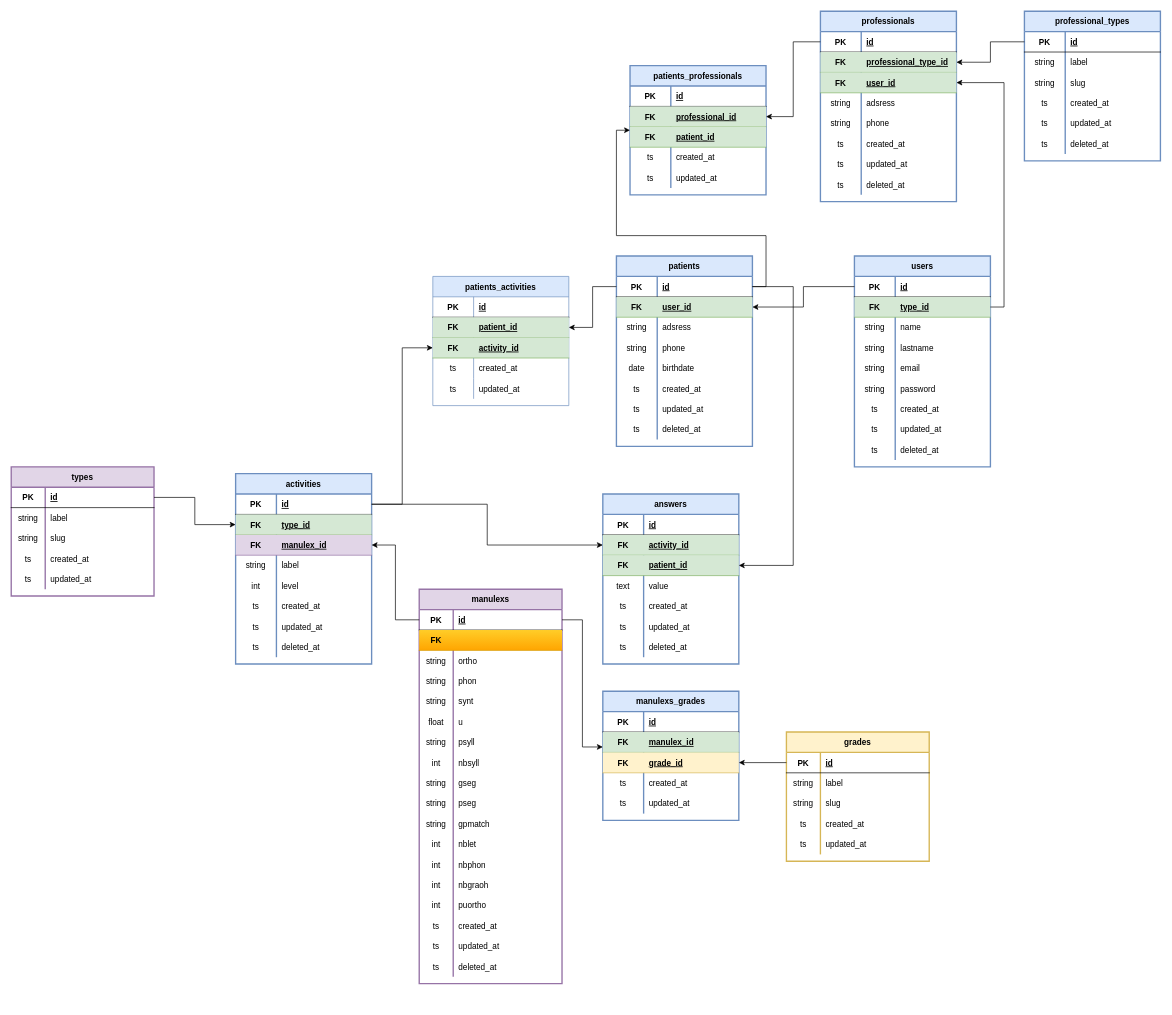
Above: mcd/manulex.drawio in dofla077/horizon (draw.io), before the change. Source tidied: cells renumbered, new cells numbered last; positions are measured from the earlier drawing's top-left corner, leaving out a move shared by most shapes. Both pictures are drawn from the tidied source at 68%, with x=0, y=0 at pixel (11, 11).
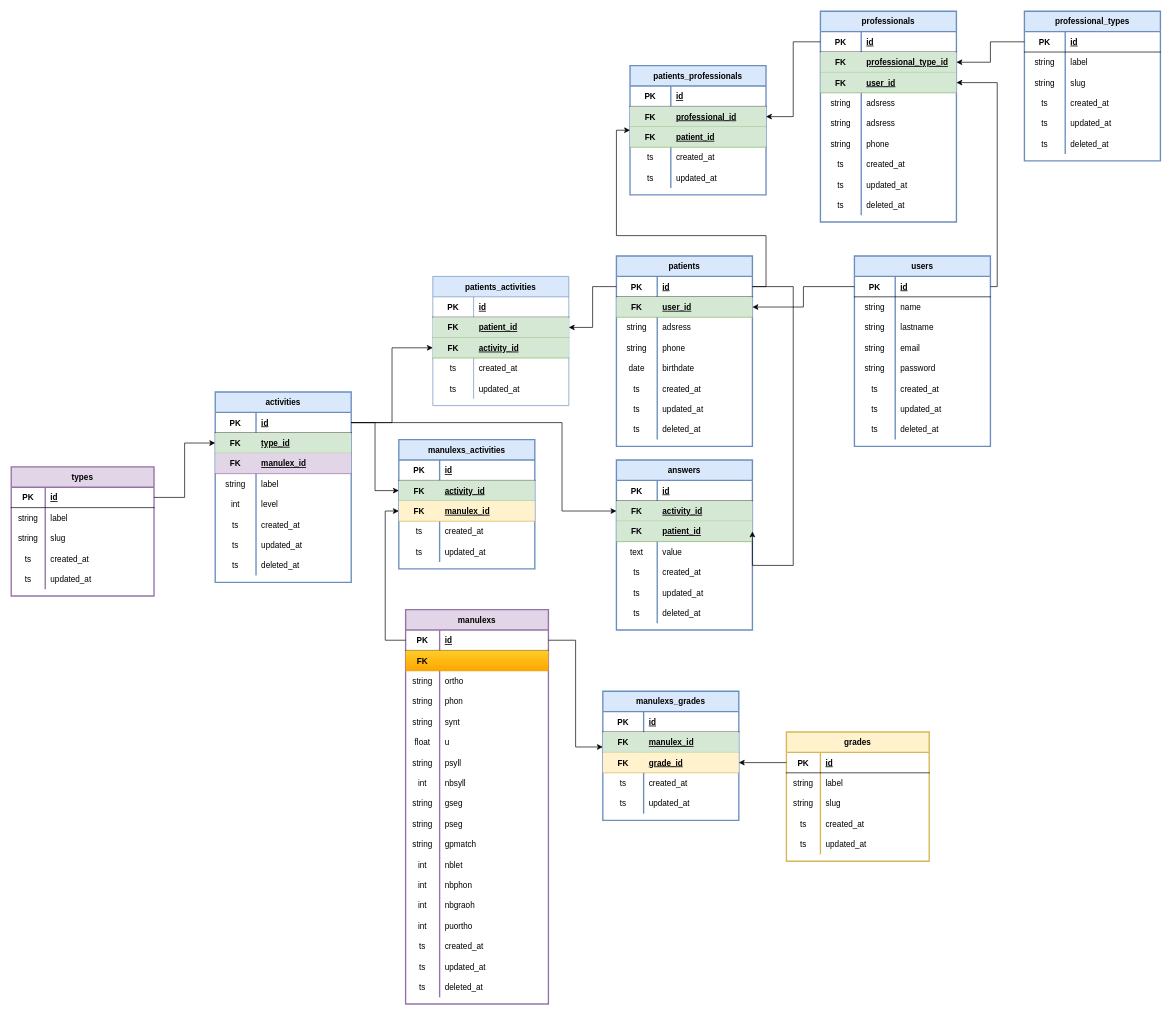
Above is the later version.

Unchanged cells that the change refers to:
```xml
<mxCell id="3" style="shape=partialRectangle;fillColor=none;top=0;left=0;bottom=1;right=0;points=[[0,0.5],[1,0.5]];portConstraint=eastwest;" parent="2" vertex="1">
  <mxGeometry y="30" width="200" height="30" as="geometry" />
</mxCell>
<mxCell id="31" style="shape=partialRectangle;fillColor=none;top=0;left=0;bottom=1;right=0;points=[[0,0.5],[1,0.5]];portConstraint=eastwest;" parent="30" vertex="1">
  <mxGeometry y="30" width="210" height="30" as="geometry" />
</mxCell>
<mxCell id="111" style="shape=partialRectangle;fillColor=none;top=0;left=0;bottom=1;right=0;points=[[0,0.5],[1,0.5]];portConstraint=eastwest;" parent="110" vertex="1">
  <mxGeometry y="30" width="200" height="30" as="geometry" />
</mxCell>
<mxCell id="117" style="shape=partialRectangle;fillColor=#e1d5e7;top=0;left=0;bottom=1;right=0;points=[[0,0.5],[1,0.5]];portConstraint=eastwest;strokeColor=#9673a6;" parent="110" vertex="1">
  <mxGeometry y="90" width="200" height="30" as="geometry" />
</mxCell>
<mxCell id="175" style="shape=partialRectangle;fillColor=#d5e8d4;top=0;left=0;bottom=1;right=0;points=[[0,0.5],[1,0.5]];portConstraint=eastwest;strokeColor=#82b366;" parent="171" vertex="1">
  <mxGeometry y="60" width="200" height="30" as="geometry" />
</mxCell>
<mxCell id="237" style="shape=partialRectangle;fillColor=#d5e8d4;top=0;left=0;bottom=1;right=0;points=[[0,0.5],[1,0.5]];portConstraint=eastwest;strokeColor=#82b366;" parent="230" vertex="1">
  <mxGeometry y="90" width="200" height="30" as="geometry" />
</mxCell>
```

Change to the diagram source:
```diff
@@
     <mxCell id="2" value="users" style="shape=table;startSize=30;childLayout=tableLayout;rowLines=0;fontStyle=1;align=center;fillColor=#dae8fc;strokeColor=#6c8ebf;swimlaneFillColor=none;strokeWidth=2;fontColor=default;" parent="1" vertex="1">
-      <mxGeometry x="1240" y="360" width="200" height="310" as="geometry" />
+      <mxGeometry x="1240" y="360" width="200" height="280" as="geometry" />
     </mxCell>
@@
-    <mxCell id="6" style="shape=partialRectangle;fillColor=#d5e8d4;top=0;left=0;bottom=1;right=0;points=[[0,0.5],[1,0.5]];portConstraint=eastwest;strokeColor=#82b366;" parent="2" vertex="1">
-      <mxGeometry y="60" width="200" height="30" as="geometry" />
-    </mxCell>
-    <mxCell id="7" value="FK" style="shape=partialRectangle;fillColor=none;top=0;left=0;bottom=0;right=0;fontStyle=1;overflow=hidden;" parent="6" vertex="1">
-      <mxGeometry width="60" height="30" as="geometry" />
-    </mxCell>
-    <mxCell id="8" value="type_id" style="shape=partialRectangle;fillColor=none;top=0;left=0;bottom=0;right=0;align=left;spacingLeft=6;fontStyle=5;overflow=hidden;fontColor=default;" parent="6" vertex="1">
-      <mxGeometry x="60" width="140" height="30" as="geometry" />
-    </mxCell>
     <mxCell id="9" style="shape=partialRectangle;fillColor=none;top=0;left=0;bottom=0;right=0;" parent="2" vertex="1">
-      <mxGeometry y="90" width="200" height="30" as="geometry" />
+      <mxGeometry y="60" width="200" height="30" as="geometry" />
     </mxCell>
@@
     <mxCell id="12" style="shape=partialRectangle;fillColor=none;top=0;left=0;bottom=0;right=0;" parent="2" vertex="1">
-      <mxGeometry y="120" width="200" height="30" as="geometry" />
+      <mxGeometry y="90" width="200" height="30" as="geometry" />
     </mxCell>
@@
     <mxCell id="15" style="shape=partialRectangle;fillColor=none;top=0;left=0;bottom=0;right=0;" parent="2" vertex="1">
-      <mxGeometry y="150" width="200" height="30" as="geometry" />
+      <mxGeometry y="120" width="200" height="30" as="geometry" />
     </mxCell>
@@
     <mxCell id="18" style="shape=partialRectangle;fillColor=none;top=0;left=0;bottom=0;right=0;" parent="2" vertex="1">
-      <mxGeometry y="180" width="200" height="30" as="geometry" />
+      <mxGeometry y="150" width="200" height="30" as="geometry" />
     </mxCell>
@@
     <mxCell id="21" style="shape=partialRectangle;fillColor=none;top=0;left=0;bottom=0;right=0;" parent="2" vertex="1">
-      <mxGeometry y="210" width="200" height="30" as="geometry" />
+      <mxGeometry y="180" width="200" height="30" as="geometry" />
     </mxCell>
@@
     <mxCell id="24" style="shape=partialRectangle;fillColor=none;top=0;left=0;bottom=0;right=0;" parent="2" vertex="1">
-      <mxGeometry y="240" width="200" height="30" as="geometry" />
+      <mxGeometry y="210" width="200" height="30" as="geometry" />
     </mxCell>
@@
     <mxCell id="27" style="shape=partialRectangle;fillColor=none;top=0;left=0;bottom=0;right=0;" parent="2" vertex="1">
-      <mxGeometry y="270" width="200" height="30" as="geometry" />
+      <mxGeometry y="240" width="200" height="30" as="geometry" />
     </mxCell>
@@
     <mxCell id="30" value="manulexs" style="shape=table;startSize=30;childLayout=tableLayout;rowLines=0;fontStyle=1;align=center;rounded=0;shadow=0;sketch=0;fillColor=#e1d5e7;strokeColor=#9673a6;fontColor=default;strokeWidth=2;" parent="1" vertex="1">
-      <mxGeometry x="600" y="850" width="210" height="580" as="geometry" />
+      <mxGeometry x="580" y="880" width="210" height="580" as="geometry" />
     </mxCell>
@@
     <mxCell id="110" value="activities" style="shape=table;startSize=30;childLayout=tableLayout;rowLines=0;fontStyle=1;align=center;fillColor=#dae8fc;strokeColor=#6c8ebf;swimlaneFillColor=none;strokeWidth=2;fontColor=default;" parent="1" vertex="1">
-      <mxGeometry x="330" y="680" width="200" height="280" as="geometry" />
+      <mxGeometry x="300" y="560" width="200" height="280" as="geometry" />
     </mxCell>
@@
     <mxCell id="171" value="answers" style="shape=table;startSize=30;childLayout=tableLayout;rowLines=0;fontStyle=1;align=center;fillColor=#dae8fc;strokeColor=#6c8ebf;swimlaneFillColor=none;strokeWidth=2;fontColor=default;" parent="1" vertex="1">
-      <mxGeometry x="870" y="710" width="200" height="250" as="geometry" />
+      <mxGeometry x="890" y="660" width="200" height="250" as="geometry" />
     </mxCell>
@@
     <mxCell id="193" style="edgeStyle=orthogonalEdgeStyle;rounded=0;jettySize=auto;html=1;" parent="1" edge="1" source="111" target="175">
-      <mxGeometry relative="1" as="geometry" />
+      <mxGeometry relative="1" as="geometry">
+        <Array as="points">
+          <mxPoint x="810" y="605" />
+          <mxPoint x="810" y="735" />
+        </Array>
+      </mxGeometry>
     </mxCell>
@@
-    <mxCell id="195" style="edgeStyle=orthogonalEdgeStyle;rounded=0;jettySize=auto;html=1;entryX=1;entryY=0.5;entryDx=0;entryDy=0;" parent="1" edge="1" source="31" target="117">
-      <mxGeometry relative="1" as="geometry" />
-    </mxCell>
@@
     <mxCell id="230" value="professionals" style="shape=table;startSize=30;childLayout=tableLayout;rowLines=0;fontStyle=1;align=center;fillColor=#dae8fc;strokeColor=#6c8ebf;swimlaneFillColor=none;strokeWidth=2;fontColor=default;" parent="1" vertex="1">
-      <mxGeometry x="1190" width="200" height="280" as="geometry" />
+      <mxGeometry x="1190" width="200" height="310" as="geometry" />
     </mxCell>
@@
+    <mxCell id="294" style="shape=partialRectangle;fillColor=none;top=0;left=0;bottom=0;right=0;" parent="230" vertex="1">
+      <mxGeometry y="150" width="200" height="30" as="geometry" />
+    </mxCell>
+    <mxCell id="295" value="string" style="shape=partialRectangle;fillColor=none;top=0;left=0;bottom=0;right=0;overflow=hidden;" parent="294" vertex="1">
+      <mxGeometry width="60" height="30" as="geometry" />
+    </mxCell>
+    <mxCell id="296" value="adsress" style="shape=partialRectangle;fillColor=none;top=0;left=0;bottom=0;right=0;align=left;spacingLeft=6;overflow=hidden;" parent="294" vertex="1">
+      <mxGeometry x="60" width="140" height="30" as="geometry" />
+    </mxCell>
     <mxCell id="243" style="shape=partialRectangle;fillColor=none;top=0;left=0;bottom=0;right=0;" parent="230" vertex="1">
-      <mxGeometry y="150" width="200" height="30" as="geometry" />
+      <mxGeometry y="180" width="200" height="30" as="geometry" />
     </mxCell>
@@
     <mxCell id="246" style="shape=partialRectangle;fillColor=none;top=0;left=0;bottom=0;right=0;" parent="230" vertex="1">
-      <mxGeometry y="180" width="200" height="30" as="geometry" />
+      <mxGeometry y="210" width="200" height="30" as="geometry" />
     </mxCell>
@@
     <mxCell id="249" style="shape=partialRectangle;fillColor=none;top=0;left=0;bottom=0;right=0;" parent="230" vertex="1">
-      <mxGeometry y="210" width="200" height="30" as="geometry" />
+      <mxGeometry y="240" width="200" height="30" as="geometry" />
     </mxCell>
@@
     <mxCell id="252" style="shape=partialRectangle;fillColor=none;top=0;left=0;bottom=0;right=0;" parent="230" vertex="1">
-      <mxGeometry y="240" width="200" height="30" as="geometry" />
+      <mxGeometry y="270" width="200" height="30" as="geometry" />
     </mxCell>
@@
-    <mxCell id="275" style="edgeStyle=orthogonalEdgeStyle;rounded=0;jettySize=auto;html=1;entryX=1;entryY=0.5;entryDx=0;entryDy=0;" parent="1" edge="1" source="6" target="237">
-      <mxGeometry relative="1" as="geometry">
-        <Array as="points">
-          <mxPoint x="1460" y="435" />
-          <mxPoint x="1460" y="105" />
-        </Array>
-      </mxGeometry>
-    </mxCell>
@@
+    <mxCell id="297" style="edgeStyle=orthogonalEdgeStyle;rounded=0;jettySize=auto;html=1;entryX=1;entryY=0.5;entryDx=0;entryDy=0;" parent="1" edge="1" source="3" target="237">
+      <mxGeometry relative="1" as="geometry">
+        <Array as="points">
+          <mxPoint x="1450" y="405" />
+          <mxPoint x="1450" y="105" />
+        </Array>
+      </mxGeometry>
+    </mxCell>
+    <mxCell id="298" value="manulexs_activities" style="shape=table;startSize=30;childLayout=tableLayout;rowLines=0;fontStyle=1;align=center;fillColor=#dae8fc;strokeColor=#6c8ebf;swimlaneFillColor=none;strokeWidth=2;fontColor=default;" parent="1" vertex="1">
+      <mxGeometry x="570" y="630" width="200" height="190" as="geometry" />
+    </mxCell>
+    <mxCell id="299" style="shape=partialRectangle;fillColor=none;top=0;left=0;bottom=1;right=0;" parent="298" vertex="1">
+      <mxGeometry y="30" width="200" height="30" as="geometry" />
+    </mxCell>
+    <mxCell id="300" value="PK" style="shape=partialRectangle;fillColor=none;top=0;left=0;bottom=0;right=0;fontStyle=1;overflow=hidden;" parent="299" vertex="1">
+      <mxGeometry width="60" height="30" as="geometry" />
+    </mxCell>
+    <mxCell id="301" value="id" style="shape=partialRectangle;fillColor=none;top=0;left=0;bottom=0;right=0;align=left;spacingLeft=6;fontStyle=5;overflow=hidden;" parent="299" vertex="1">
+      <mxGeometry x="60" width="140" height="30" as="geometry" />
+    </mxCell>
+    <mxCell id="6" style="shape=partialRectangle;fillColor=#d5e8d4;top=0;left=0;bottom=1;right=0;points=[[0,0.5],[1,0.5]];portConstraint=eastwest;strokeColor=#82b366;" parent="298" vertex="1">
+      <mxGeometry y="60" width="200" height="30" as="geometry" />
+    </mxCell>
+    <mxCell id="302" value="FK" style="shape=partialRectangle;fillColor=none;top=0;left=0;bottom=0;right=0;fontStyle=1;overflow=hidden;" parent="6" vertex="1">
+      <mxGeometry width="60" height="30" as="geometry" />
+    </mxCell>
+    <mxCell id="303" value="activity_id" style="shape=partialRectangle;fillColor=none;top=0;left=0;bottom=0;right=0;align=left;spacingLeft=6;fontStyle=5;overflow=hidden;fontColor=default;" parent="6" vertex="1">
+      <mxGeometry x="60" width="140" height="30" as="geometry" />
+    </mxCell>
+    <mxCell id="304" style="shape=partialRectangle;fillColor=#fff2cc;top=0;left=0;bottom=1;right=0;points=[[0,0.5],[1,0.5]];portConstraint=eastwest;strokeColor=#d6b656;" parent="298" vertex="1">
+      <mxGeometry y="90" width="200" height="30" as="geometry" />
+    </mxCell>
+    <mxCell id="305" value="FK" style="shape=partialRectangle;fillColor=none;top=0;left=0;bottom=0;right=0;fontStyle=1;overflow=hidden;" parent="304" vertex="1">
+      <mxGeometry width="60" height="30" as="geometry" />
+    </mxCell>
+    <mxCell id="306" value="manulex_id" style="shape=partialRectangle;fillColor=none;top=0;left=0;bottom=0;right=0;align=left;spacingLeft=6;fontStyle=5;overflow=hidden;fontColor=default;" parent="304" vertex="1">
+      <mxGeometry x="60" width="140" height="30" as="geometry" />
+    </mxCell>
+    <mxCell id="307" style="shape=partialRectangle;fillColor=none;top=0;left=0;bottom=0;right=0;" parent="298" vertex="1">
+      <mxGeometry y="120" width="200" height="30" as="geometry" />
+    </mxCell>
+    <mxCell id="308" value="ts" style="shape=partialRectangle;fillColor=none;top=0;left=0;bottom=0;right=0;overflow=hidden;" parent="307" vertex="1">
+      <mxGeometry width="60" height="30" as="geometry" />
+    </mxCell>
+    <mxCell id="309" value="created_at" style="shape=partialRectangle;fillColor=none;top=0;left=0;bottom=0;right=0;align=left;spacingLeft=6;overflow=hidden;" parent="307" vertex="1">
+      <mxGeometry x="60" width="140" height="30" as="geometry" />
+    </mxCell>
+    <mxCell id="310" style="shape=partialRectangle;fillColor=none;top=0;left=0;bottom=0;right=0;" parent="298" vertex="1">
+      <mxGeometry y="150" width="200" height="30" as="geometry" />
+    </mxCell>
+    <mxCell id="311" value="ts" style="shape=partialRectangle;fillColor=none;top=0;left=0;bottom=0;right=0;overflow=hidden;" parent="310" vertex="1">
+      <mxGeometry width="60" height="30" as="geometry" />
+    </mxCell>
+    <mxCell id="312" value="updated_at" style="shape=partialRectangle;fillColor=none;top=0;left=0;bottom=0;right=0;align=left;spacingLeft=6;overflow=hidden;" parent="310" vertex="1">
+      <mxGeometry x="60" width="140" height="30" as="geometry" />
+    </mxCell>
+    <mxCell id="313" style="edgeStyle=orthogonalEdgeStyle;rounded=0;jettySize=auto;html=1;" parent="1" edge="1" source="111" target="6">
+      <mxGeometry relative="1" as="geometry" />
+    </mxCell>
+    <mxCell id="314" style="edgeStyle=orthogonalEdgeStyle;rounded=0;jettySize=auto;html=1;entryX=0;entryY=0.5;entryDx=0;entryDy=0;" parent="1" edge="1" source="31" target="304">
+      <mxGeometry relative="1" as="geometry" />
+    </mxCell>
```
